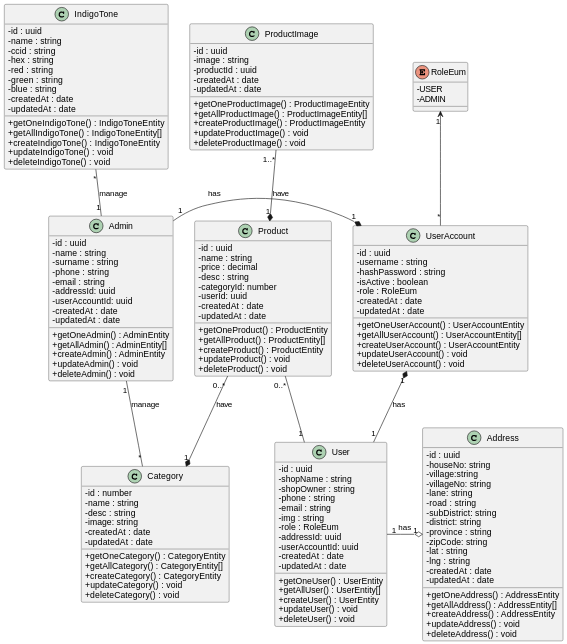
Before: class-diagram.svg, a diagram exported from PlantUML (billowdev/quick-access-sa).
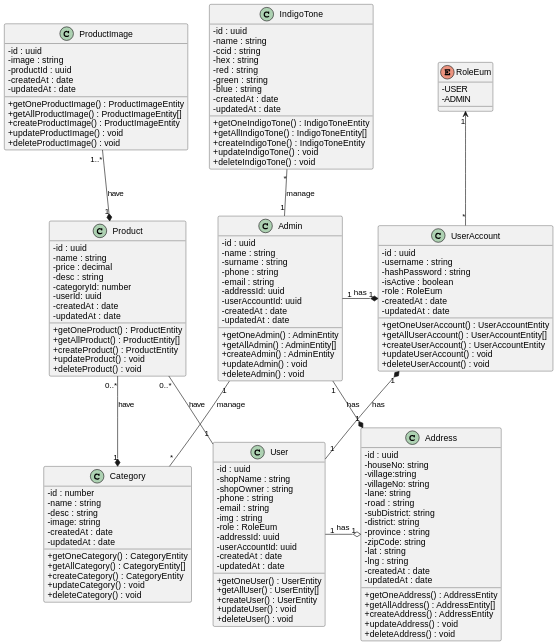
After the commit.

Diff of the diagram source:
```diff
@@ -158,9 +158,10 @@
 User "1" -right-o "1" Address : "has"
 User "1" -left-* "1" UserAccount : "has"
 
-Product "0..*" -- "1" User
+Product "0..*" -- "1" User : "have"
 
 Admin "1" -right-* "1" UserAccount : "has"
+Admin "1" --* "1" Address : "has"
 
 Admin "1" -up- "*" IndigoTone : "manage"
 Admin "1" -- "*" Category : "manage"
```
